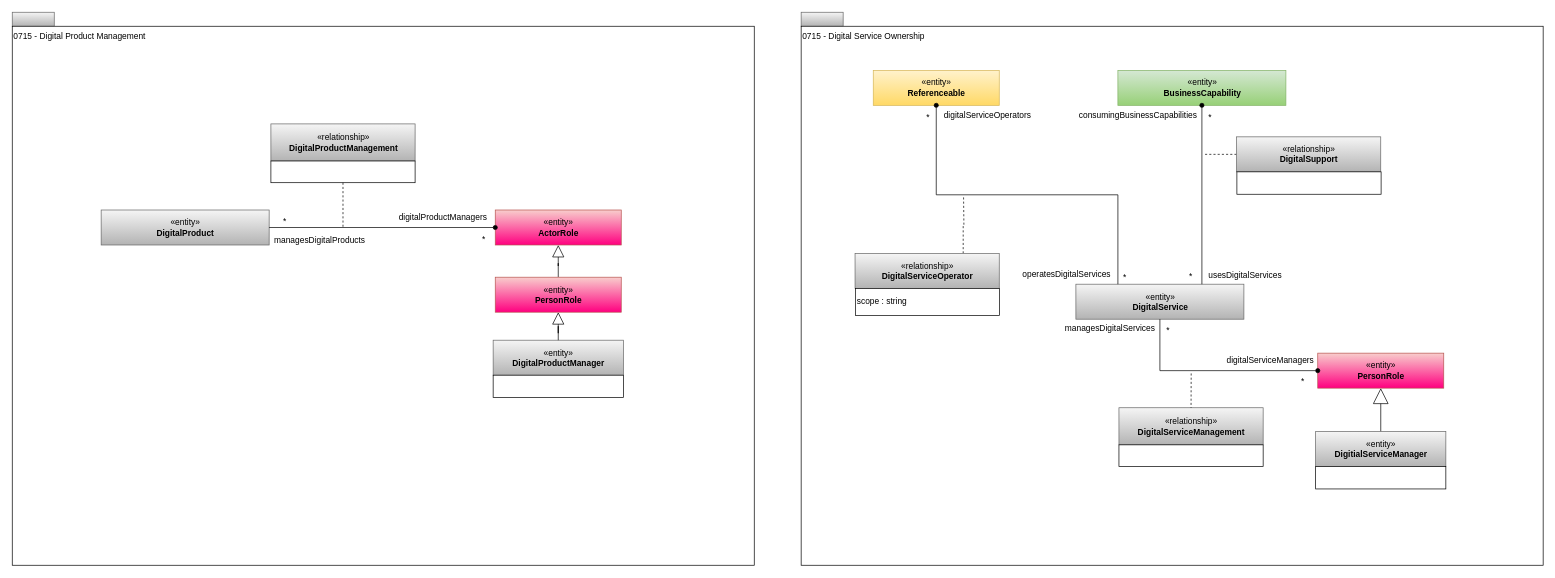
This is page "0715-Digital-Business" (4 of 17) of site/docs/types/7/area-7-lineage.drawio from odpi/egeria-docs, a draw.io file, before an edit. Source tidied: cells renumbered, new cells numbered last; positions are measured from the earlier drawing's top-left corner, leaving out a move shared by most shapes. Both pictures are drawn from the tidied source at 70%, with x=0, y=0 at pixel (12, 12).
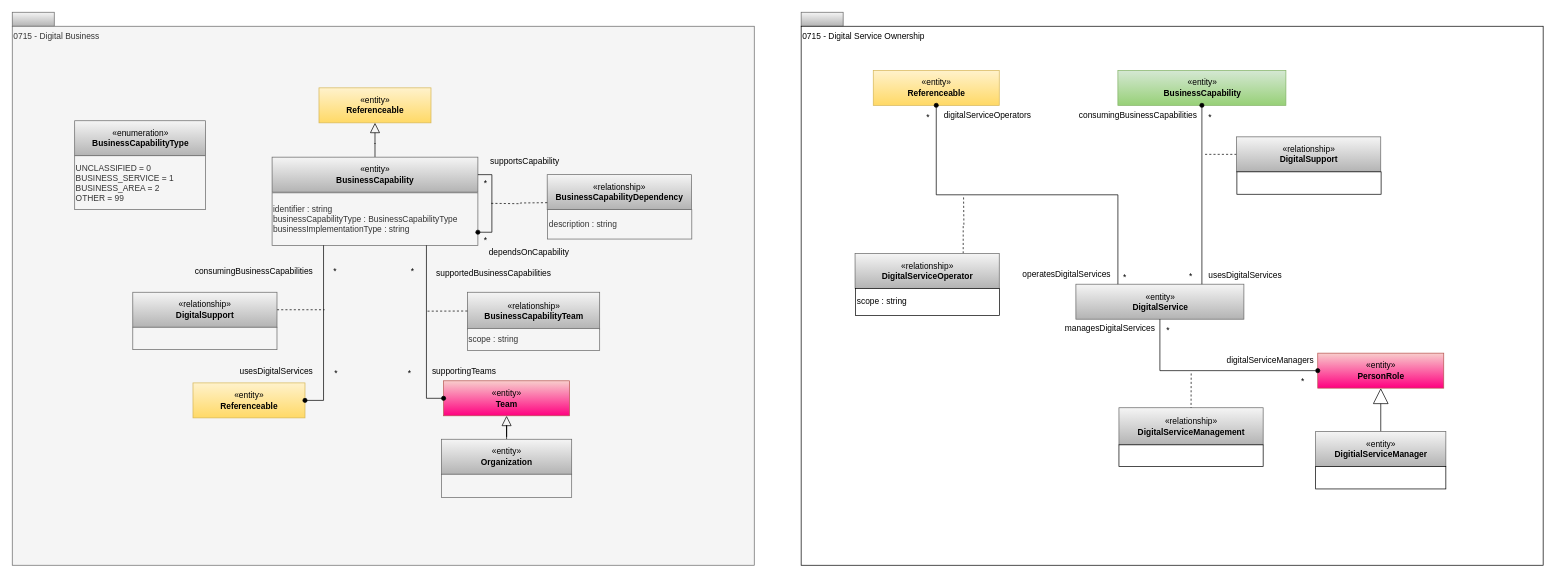
The same page after the edit.

The edit, as a diff of the source:
```diff
@@
-    <mxCell id="3" value="0715 - Digital Product Management" style="rounded=0;whiteSpace=wrap;html=1;align=left;verticalAlign=top;" parent="1" vertex="1">
+    <mxCell id="3" value="0715 - Digital Business" style="rounded=0;whiteSpace=wrap;html=1;align=left;verticalAlign=top;fillColor=#f5f5f5;fontColor=#333333;strokeColor=#666666;" parent="1" vertex="1">
       <mxGeometry y="20" width="1060" height="770" as="geometry" />
     </mxCell>
-    <mxCell id="4" value="«entity»&lt;br&gt;&lt;b&gt;DigitalProduct&lt;/b&gt;" style="html=1;strokeColor=#666666;align=center;fillColor=#f5f5f5;gradientColor=#b3b3b3;" parent="1" vertex="1">
-      <mxGeometry x="127" y="282.5" width="240" height="50" as="geometry" />
-    </mxCell>
-    <mxCell id="5" value="*" style="text;html=1;align=center;verticalAlign=top;spacingTop=-4;" parent="1" vertex="1">
-      <mxGeometry x="381.5" y="288.5" width="15" height="14" as="geometry" />
-    </mxCell>
-    <mxCell id="6" value="digitalProductManagers" style="text;html=1;align=center;verticalAlign=top;spacingTop=-4;" parent="1" vertex="1">
-      <mxGeometry x="540" y="282.5" width="150" height="20" as="geometry" />
-    </mxCell>
-    <mxCell id="7" style="edgeStyle=orthogonalEdgeStyle;rounded=0;jettySize=auto;html=1;exitX=0.5;exitY=0;exitDx=0;exitDy=0;endArrow=block;endFill=0;startSize=6;endSize=15;" parent="1" edge="1" source="51" target="13">
-      <mxGeometry relative="1" as="geometry" />
-    </mxCell>
-    <mxCell id="8" value="«entity»&lt;br&gt;&lt;b&gt;DigitalProductManager&lt;/b&gt;" style="html=1;strokeColor=#666666;align=center;fillColor=#f5f5f5;gradientColor=#b3b3b3;" parent="1" vertex="1">
-      <mxGeometry x="687" y="468.5" width="186" height="50" as="geometry" />
-    </mxCell>
-    <mxCell id="9" value="*" style="text;html=1;strokeColor=none;fillColor=none;align=center;verticalAlign=middle;whiteSpace=wrap;rounded=0;" parent="1" vertex="1">
-      <mxGeometry x="661" y="314.5" width="26" height="18" as="geometry" />
-    </mxCell>
-    <mxCell id="10" value="«relationship»&lt;br&gt;&lt;b&gt;DigitalProductManagement&lt;/b&gt;" style="html=1;strokeColor=#666666;align=center;fillColor=#f5f5f5;gradientColor=#b3b3b3;" parent="1" vertex="1">
-      <mxGeometry x="369.5" y="159.5" width="206" height="53" as="geometry" />
-    </mxCell>
-    <mxCell id="11" style="rounded=0;whiteSpace=wrap;html=1;strokeColor=#000000;gradientColor=#ffffff;align=left;" parent="1" vertex="1">
-      <mxGeometry x="369.5" y="212.5" width="206" height="31" as="geometry" />
-    </mxCell>
-    <mxCell id="12" value="managesDigitalProducts" style="text;html=1;strokeColor=none;fillColor=none;align=center;verticalAlign=middle;whiteSpace=wrap;rounded=0;" parent="1" vertex="1">
-      <mxGeometry x="381.5" y="316" width="115" height="20" as="geometry" />
-    </mxCell>
-    <mxCell id="13" value="«entity»&lt;br&gt;&lt;b&gt;ActorRole&lt;/b&gt;" style="html=1;strokeColor=#b85450;align=center;fillColor=#f8cecc;gradientColor=#FF0080;" parent="1" vertex="1">
-      <mxGeometry x="690" y="282.5" width="180" height="50" as="geometry" />
-    </mxCell>
-    <mxCell id="14" style="edgeStyle=orthogonalEdgeStyle;rounded=0;html=1;jettySize=auto;endArrow=oval;endFill=1;entryX=0;entryY=0.5;entryDx=0;entryDy=0;" parent="1" edge="1" source="4" target="13">
-      <mxGeometry relative="1" as="geometry" />
-    </mxCell>
-    <mxCell id="15" style="rounded=0;whiteSpace=wrap;html=1;strokeColor=#000000;gradientColor=#ffffff;align=left;" parent="1" vertex="1">
-      <mxGeometry x="687" y="518.5" width="186" height="32" as="geometry" />
-    </mxCell>
@@
-    <mxCell id="49" style="endArrow=none;dashed=1;html=1;entryX=0.5;entryY=0;entryDx=0;entryDy=0;exitX=0.5;exitY=1;exitDx=0;exitDy=0;" parent="1" edge="1" source="11">
-      <mxGeometry relative="1" as="geometry">
-        <mxPoint x="472.5" y="308" as="targetPoint" />
-      </mxGeometry>
-    </mxCell>
-    <mxCell id="50" style="edgeStyle=orthogonalEdgeStyle;rounded=0;jettySize=auto;html=1;exitX=0.5;exitY=0;exitDx=0;exitDy=0;endArrow=block;endFill=0;startSize=6;endSize=15;" parent="1" edge="1" source="8" target="51">
-      <mxGeometry relative="1" as="geometry" />
-    </mxCell>
-    <mxCell id="51" value="«entity»&lt;br&gt;&lt;b&gt;PersonRole&lt;/b&gt;" style="html=1;strokeColor=#b85450;align=center;fillColor=#f8cecc;gradientColor=#FF0080;" parent="1" vertex="1">
-      <mxGeometry x="690" y="378.5" width="180" height="50" as="geometry" />
-    </mxCell>
+    <mxCell id="52" value="«entity»&lt;br&gt;&lt;b&gt;Referenceable&lt;/b&gt;" style="html=1;strokeColor=#d6b656;align=center;fillColor=#fff2cc;gradientColor=#ffd966;" parent="1" vertex="1">
+      <mxGeometry x="438.2" y="108" width="160" height="50" as="geometry" />
+    </mxCell>
+    <mxCell id="53" style="edgeStyle=orthogonalEdgeStyle;rounded=0;jettySize=auto;html=1;exitX=0.5;exitY=0;exitDx=0;exitDy=0;startArrow=none;startFill=0;endArrow=block;endFill=0;endSize=12;" parent="1" edge="1" source="54" target="52">
+      <mxGeometry relative="1" as="geometry" />
+    </mxCell>
+    <mxCell id="54" value="«entity»&lt;br&gt;&lt;b&gt;BusinessCapability&lt;/b&gt;" style="html=1;strokeColor=#666666;align=center;fillColor=#f5f5f5;gradientColor=#b3b3b3;" parent="1" vertex="1">
+      <mxGeometry x="371.2" y="207" width="294" height="50" as="geometry" />
+    </mxCell>
+    <mxCell id="55" value="*" style="text;html=1;strokeColor=none;fillColor=none;align=center;verticalAlign=middle;whiteSpace=wrap;rounded=0;" parent="1" vertex="1">
+      <mxGeometry x="559.2" y="361" width="26" height="18" as="geometry" />
+    </mxCell>
+    <mxCell id="56" value="«relationship»&lt;br&gt;&lt;b&gt;BusinessCapabilityTeam&lt;/b&gt;" style="html=1;strokeColor=#666666;align=center;fillColor=#f5f5f5;gradientColor=#b3b3b3;" parent="1" vertex="1">
+      <mxGeometry x="650.2" y="400" width="189" height="53" as="geometry" />
+    </mxCell>
+    <mxCell id="57" style="endArrow=none;dashed=1;html=1;" parent="1" edge="1" target="56">
+      <mxGeometry relative="1" as="geometry">
+        <mxPoint x="593.2" y="427" as="sourcePoint" />
+      </mxGeometry>
+    </mxCell>
+    <mxCell id="58" value="scope : string" style="rounded=0;whiteSpace=wrap;html=1;strokeColor=#666666;align=left;fillColor=#f5f5f5;fontColor=#333333;" parent="1" vertex="1">
+      <mxGeometry x="650.2" y="452" width="189" height="31" as="geometry" />
+    </mxCell>
+    <mxCell id="59" value="supportedBusinessCapabilities" style="text;html=1;strokeColor=none;fillColor=none;align=center;verticalAlign=middle;whiteSpace=wrap;rounded=0;" parent="1" vertex="1">
+      <mxGeometry x="625.2" y="363" width="126" height="20" as="geometry" />
+    </mxCell>
+    <mxCell id="60" value="supportingTeams" style="text;html=1;strokeColor=none;fillColor=none;align=left;verticalAlign=middle;whiteSpace=wrap;rounded=0;" parent="1" vertex="1">
+      <mxGeometry x="597.8" y="503" width="135" height="20" as="geometry" />
+    </mxCell>
+    <mxCell id="61" value="*" style="text;html=1;strokeColor=none;fillColor=none;align=center;verticalAlign=middle;whiteSpace=wrap;rounded=0;" parent="1" vertex="1">
+      <mxGeometry x="554.8" y="507" width="26" height="18" as="geometry" />
+    </mxCell>
+    <mxCell id="62" value="identifier : string&lt;br&gt;businessCapabilityType : BusinessCapabilityType&lt;br&gt;businessImplementationType : string" style="rounded=0;whiteSpace=wrap;html=1;strokeColor=#666666;align=left;fillColor=#f5f5f5;fontColor=#333333;" parent="1" vertex="1">
+      <mxGeometry x="371.2" y="258" width="294" height="75" as="geometry" />
+    </mxCell>
+    <mxCell id="63" style="edgeStyle=orthogonalEdgeStyle;rounded=0;jettySize=auto;html=1;exitX=0.5;exitY=0;exitDx=0;exitDy=0;startArrow=none;startFill=0;endArrow=block;endFill=0;endSize=12;" parent="1" edge="1" source="64" target="65">
+      <mxGeometry relative="1" as="geometry" />
+    </mxCell>
+    <mxCell id="64" value="«entity»&lt;br&gt;&lt;b&gt;Organization&lt;/b&gt;" style="html=1;strokeColor=#666666;align=center;fillColor=#f5f5f5;gradientColor=#b3b3b3;" parent="1" vertex="1">
+      <mxGeometry x="613.2" y="610" width="186" height="50" as="geometry" />
+    </mxCell>
+    <mxCell id="65" value="«entity»&lt;br&gt;&lt;b&gt;Team&lt;/b&gt;" style="html=1;strokeColor=#b85450;align=center;fillColor=#f8cecc;gradientColor=#FF0080;" parent="1" vertex="1">
+      <mxGeometry x="616.2" y="526.5" width="180" height="50" as="geometry" />
+    </mxCell>
+    <mxCell id="66" style="rounded=0;whiteSpace=wrap;html=1;strokeColor=#666666;align=left;fillColor=#f5f5f5;fontColor=#333333;" parent="1" vertex="1">
+      <mxGeometry x="613.2" y="660" width="186" height="33" as="geometry" />
+    </mxCell>
+    <mxCell id="67" value="«enumeration»&lt;br&gt;&lt;b&gt;BusinessCapabilityType&lt;/b&gt;" style="html=1;strokeColor=#666666;align=center;fillColor=#f5f5f5;gradientColor=#b3b3b3;" parent="1" vertex="1">
+      <mxGeometry x="89.2" y="155" width="187" height="50" as="geometry" />
+    </mxCell>
+    <mxCell id="68" value="UNCLASSIFIED = 0&lt;br&gt;BUSINESS_SERVICE = 1&lt;br&gt;BUSINESS_AREA = 2&lt;br&gt;OTHER = 99" style="rounded=0;whiteSpace=wrap;html=1;strokeColor=#666666;align=left;fillColor=#f5f5f5;fontColor=#333333;" parent="1" vertex="1">
+      <mxGeometry x="89.2" y="205" width="187" height="77" as="geometry" />
+    </mxCell>
+    <mxCell id="69" style="edgeStyle=orthogonalEdgeStyle;rounded=0;html=1;jettySize=auto;endArrow=none;endFill=0;startArrow=oval;startFill=1;entryX=0.75;entryY=1;entryDx=0;entryDy=0;exitX=0;exitY=0.5;exitDx=0;exitDy=0;" parent="1" edge="1" source="65" target="62">
+      <mxGeometry relative="1" as="geometry" />
+    </mxCell>
+    <mxCell id="70" style="edgeStyle=orthogonalEdgeStyle;rounded=0;html=1;exitX=1;exitY=0.5;endArrow=none;endFill=0;jettySize=auto;dashed=1;exitDx=0;exitDy=0;" parent="1" edge="1" source="71">
+      <mxGeometry relative="1" as="geometry">
+        <mxPoint x="446.2" y="425" as="targetPoint" />
+      </mxGeometry>
+    </mxCell>
+    <mxCell id="71" value="«relationship»&lt;br&gt;&lt;b&gt;DigitalSupport&lt;/b&gt;" style="html=1;strokeColor=#666666;align=center;fillColor=#f5f5f5;gradientColor=#b3b3b3;" parent="1" vertex="1">
+      <mxGeometry x="172.2" y="400" width="206" height="50" as="geometry" />
+    </mxCell>
+    <mxCell id="72" style="rounded=0;whiteSpace=wrap;html=1;strokeColor=#666666;align=left;fillColor=#f5f5f5;fontColor=#333333;" parent="1" vertex="1">
+      <mxGeometry x="172.2" y="450" width="206" height="32" as="geometry" />
+    </mxCell>
+    <mxCell id="73" value="*" style="text;html=1;align=center;verticalAlign=top;spacingTop=-4;" parent="1" vertex="1">
+      <mxGeometry x="453.2" y="361" width="15" height="14" as="geometry" />
+    </mxCell>
+    <mxCell id="74" value="usesDigitalServices" style="text;html=1;align=center;verticalAlign=top;spacingTop=-4;" parent="1" vertex="1">
+      <mxGeometry x="315.2" y="503" width="123" height="20" as="geometry" />
+    </mxCell>
+    <mxCell id="75" value="consumingBusinessCapabilities" style="text;html=1;strokeColor=none;fillColor=none;align=center;verticalAlign=middle;whiteSpace=wrap;rounded=0;" parent="1" vertex="1">
+      <mxGeometry x="295.2" y="360" width="100.5" height="20" as="geometry" />
+    </mxCell>
+    <mxCell id="76" value="*" style="text;html=1;strokeColor=none;fillColor=none;align=center;verticalAlign=middle;whiteSpace=wrap;rounded=0;" parent="1" vertex="1">
+      <mxGeometry x="450.2" y="507" width="26" height="18" as="geometry" />
+    </mxCell>
+    <mxCell id="77" value="«entity»&lt;br&gt;&lt;b&gt;Referenceable&lt;/b&gt;" style="html=1;strokeColor=#d6b656;align=center;fillColor=#fff2cc;gradientColor=#ffd966;" parent="1" vertex="1">
+      <mxGeometry x="258.2" y="529.5" width="160" height="50" as="geometry" />
+    </mxCell>
+    <mxCell id="78" style="edgeStyle=orthogonalEdgeStyle;rounded=0;html=1;exitX=1;exitY=0.5;endArrow=none;endFill=0;jettySize=auto;exitDx=0;exitDy=0;startArrow=oval;startFill=1;entryX=0.25;entryY=1;entryDx=0;entryDy=0;" parent="1" edge="1" source="77" target="62">
+      <mxGeometry relative="1" as="geometry" />
+    </mxCell>
+    <mxCell id="79" value="«relationship»&lt;br&gt;&lt;b&gt;BusinessCapabilityDependency&lt;/b&gt;" style="html=1;strokeColor=#666666;align=center;fillColor=#f5f5f5;gradientColor=#b3b3b3;" parent="1" vertex="1">
+      <mxGeometry x="764.2" y="232" width="206" height="50" as="geometry" />
+    </mxCell>
+    <mxCell id="80" value="description : string" style="rounded=0;whiteSpace=wrap;html=1;strokeColor=#666666;align=left;fillColor=#f5f5f5;fontColor=#333333;" parent="1" vertex="1">
+      <mxGeometry x="764.8" y="282" width="206" height="42" as="geometry" />
+    </mxCell>
+    <mxCell id="81" value="supportsCapability" style="text;html=1;align=center;verticalAlign=top;spacingTop=-4;" parent="1" vertex="1">
+      <mxGeometry x="673.2" y="203" width="117" height="20" as="geometry" />
+    </mxCell>
+    <mxCell id="82" value="*" style="text;html=1;align=center;verticalAlign=top;spacingTop=-4;" parent="1" vertex="1">
+      <mxGeometry x="668.2" y="235" width="15" height="14" as="geometry" />
+    </mxCell>
+    <mxCell id="83" value="*" style="text;html=1;align=center;verticalAlign=top;spacingTop=-4;" parent="1" vertex="1">
+      <mxGeometry x="668.2" y="316" width="15" height="14" as="geometry" />
+    </mxCell>
+    <mxCell id="84" value="dependsOnCapability" style="text;html=1;align=center;verticalAlign=top;spacingTop=-4;" parent="1" vertex="1">
+      <mxGeometry x="671.2" y="333" width="133" height="20" as="geometry" />
+    </mxCell>
+    <mxCell id="85" style="edgeStyle=orthogonalEdgeStyle;rounded=0;html=1;exitX=1;exitY=0.75;entryX=1;entryY=0.5;endArrow=none;endFill=0;jettySize=auto;entryDx=0;entryDy=0;exitDx=0;exitDy=0;startArrow=oval;startFill=1;" parent="1" edge="1" source="62" target="54">
+      <mxGeometry relative="1" as="geometry" />
+    </mxCell>
+    <mxCell id="86" style="edgeStyle=orthogonalEdgeStyle;rounded=0;html=1;exitX=1;exitY=0.5;dashed=1;endArrow=none;endFill=0;jettySize=auto;orthogonalLoop=1;" parent="1" edge="1">
+      <mxGeometry relative="1" as="geometry">
+        <mxPoint x="684.2" y="273" as="sourcePoint" />
+        <mxPoint x="766.2" y="272" as="targetPoint" />
+      </mxGeometry>
+    </mxCell>
```
